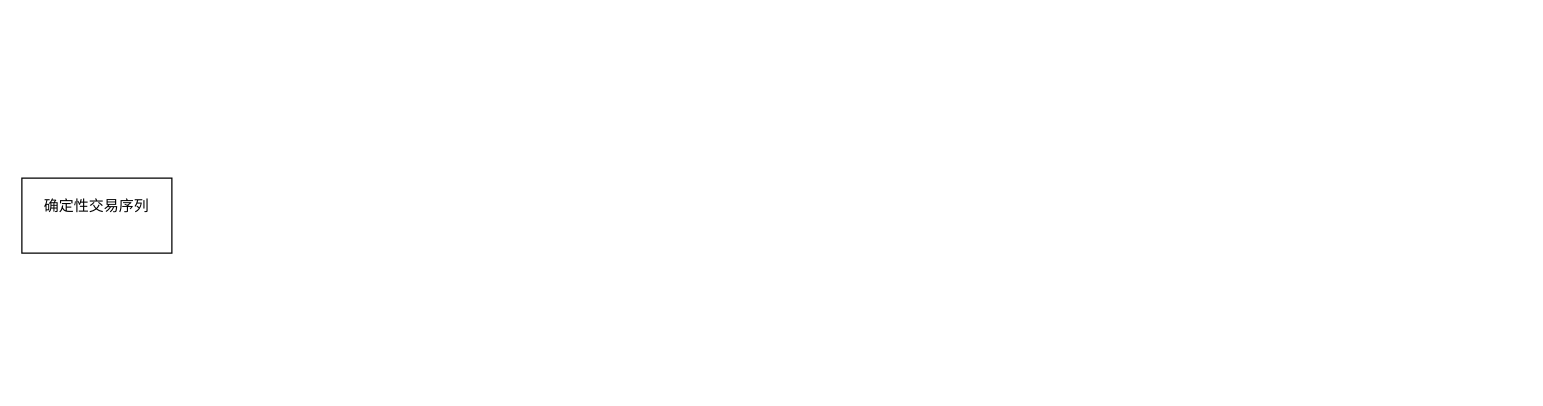
The draw.io diagram page "第 6 页" (4 of 6) of 论文手绘图.drawio in cynic-1/Graphs, before the edit. Source tidied: cells renumbered, new cells numbered last; positions are measured from the earlier drawing's top-left corner, leaving out a move shared by most shapes. Both pictures are drawn from the tidied source at 125%, with x=0, y=0 at pixel (21, 178).
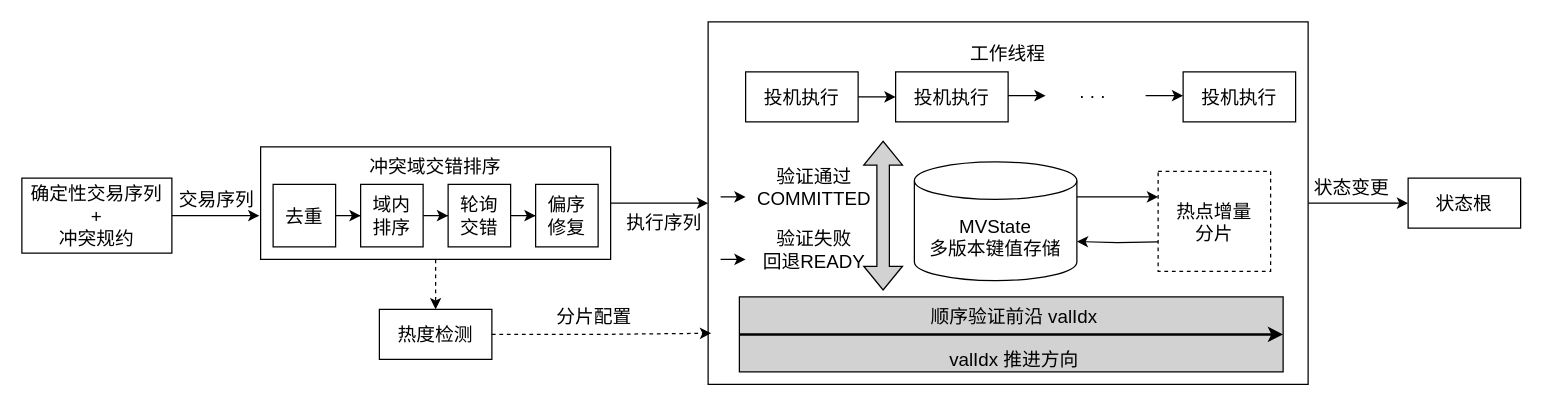
The same page after the edit.

Commit message:
更新论文手绘图.drawio

Change to the diagram source:
```diff
@@
+    <mxCell id="3" style="edgeStyle=orthogonalEdgeStyle;rounded=0;jettySize=auto;html=1;entryX=0.5;entryY=0;entryDx=0;entryDy=0;dashed=1;" parent="1" edge="1" source="5" target="15">
+      <mxGeometry relative="1" as="geometry" />
+    </mxCell>
+    <mxCell id="4" style="edgeStyle=orthogonalEdgeStyle;rounded=0;jettySize=auto;html=1;entryX=0;entryY=0.5;entryDx=0;entryDy=0;" parent="1" edge="1" source="5" target="17">
+      <mxGeometry relative="1" as="geometry" />
+    </mxCell>
+    <mxCell id="5" style="rounded=0;whiteSpace=wrap;html=1;" parent="1" vertex="1">
+      <mxGeometry x="191" y="-25" width="280" height="90" as="geometry" />
+    </mxCell>
+    <mxCell id="6" style="edgeStyle=orthogonalEdgeStyle;rounded=0;orthogonalLoop=1;jettySize=auto;html=1;entryX=0;entryY=0.5;entryDx=0;entryDy=0;" parent="1" edge="1">
+      <mxGeometry relative="1" as="geometry">
+        <mxPoint x="120" y="30" as="sourcePoint" />
+        <mxPoint x="190" y="30" as="targetPoint" />
+      </mxGeometry>
+    </mxCell>
-    <mxCell id="2" value="确定性交易序列&lt;div&gt;&lt;br&gt;&lt;/div&gt;" style="rounded=0;whiteSpace=wrap;html=1;" parent="1" vertex="1">
+    <mxCell id="2" value="&lt;font style=&quot;font-size: 15px;&quot;&gt;确定性交易序列&lt;/font&gt;&lt;div&gt;&lt;font style=&quot;font-size: 15px;&quot;&gt;+&lt;/font&gt;&lt;/div&gt;&lt;div&gt;&lt;font style=&quot;font-size: 15px;&quot;&gt;冲突规约&lt;/font&gt;&lt;/div&gt;" style="rounded=0;whiteSpace=wrap;html=1;" parent="1" vertex="1">
       <mxGeometry width="120" height="60" as="geometry" />
     </mxCell>
+    <mxCell id="7" value="&lt;font style=&quot;font-size: 15px;&quot;&gt;冲突域交错排序&lt;/font&gt;" style="text;html=1;whiteSpace=wrap;strokeColor=none;fillColor=none;align=center;verticalAlign=middle;rounded=0;" parent="1" vertex="1">
+      <mxGeometry x="276" y="-25" width="110" height="30" as="geometry" />
+    </mxCell>
+    <mxCell id="8" style="edgeStyle=orthogonalEdgeStyle;rounded=0;jettySize=auto;html=1;exitX=1;exitY=0.5;exitDx=0;exitDy=0;" parent="1" edge="1" source="9" target="11">
+      <mxGeometry relative="1" as="geometry" />
+    </mxCell>
+    <mxCell id="9" value="去重" style="rounded=0;whiteSpace=wrap;html=1;fontSize=15;" parent="1" vertex="1">
+      <mxGeometry x="201" y="5" width="50" height="50" as="geometry" />
+    </mxCell>
+    <mxCell id="10" style="edgeStyle=orthogonalEdgeStyle;rounded=0;jettySize=auto;html=1;" parent="1" edge="1" source="11" target="13">
+      <mxGeometry relative="1" as="geometry" />
+    </mxCell>
+    <mxCell id="11" value="域内&lt;div&gt;排序&lt;/div&gt;" style="rounded=0;whiteSpace=wrap;html=1;fontSize=15;" parent="1" vertex="1">
+      <mxGeometry x="271" y="5" width="50" height="50" as="geometry" />
+    </mxCell>
+    <mxCell id="12" style="edgeStyle=orthogonalEdgeStyle;rounded=0;jettySize=auto;html=1;entryX=0;entryY=0.5;entryDx=0;entryDy=0;" parent="1" edge="1" source="13" target="14">
+      <mxGeometry relative="1" as="geometry" />
+    </mxCell>
+    <mxCell id="13" value="轮询&lt;div&gt;交错&lt;/div&gt;" style="rounded=0;whiteSpace=wrap;html=1;fontSize=15;fontFamily=Helvetica;" parent="1" vertex="1">
+      <mxGeometry x="341" y="5" width="50" height="50" as="geometry" />
+    </mxCell>
+    <mxCell id="14" value="偏序&lt;div&gt;修复&lt;/div&gt;" style="rounded=0;whiteSpace=wrap;html=1;fontSize=15;" parent="1" vertex="1">
+      <mxGeometry x="411" y="5" width="50" height="50" as="geometry" />
+    </mxCell>
+    <mxCell id="15" value="热度检测" style="rounded=0;whiteSpace=wrap;html=1;fontSize=15;" parent="1" vertex="1">
+      <mxGeometry x="286" y="105" width="90" height="40" as="geometry" />
+    </mxCell>
+    <mxCell id="16" style="edgeStyle=orthogonalEdgeStyle;rounded=0;jettySize=auto;html=1;exitX=1;exitY=0.5;exitDx=0;exitDy=0;entryX=0;entryY=0.5;entryDx=0;entryDy=0;" parent="1" edge="1" source="17" target="41">
+      <mxGeometry relative="1" as="geometry" />
+    </mxCell>
+    <mxCell id="17" style="rounded=0;whiteSpace=wrap;html=1;" parent="1" vertex="1">
+      <mxGeometry x="549" y="-125" width="480" height="290" as="geometry" />
+    </mxCell>
+    <mxCell id="18" value="工作线程" style="text;html=1;whiteSpace=wrap;strokeColor=none;fillColor=none;align=center;verticalAlign=middle;rounded=0;fontSize=15;" parent="1" vertex="1">
+      <mxGeometry x="734" y="-115" width="110" height="30" as="geometry" />
+    </mxCell>
+    <mxCell id="19" style="edgeStyle=orthogonalEdgeStyle;rounded=0;jettySize=auto;html=1;entryX=0.005;entryY=0.859;entryDx=0;entryDy=0;entryPerimeter=0;dashed=1;" parent="1" edge="1" source="15" target="17">
+      <mxGeometry relative="1" as="geometry" />
+    </mxCell>
+    <mxCell id="20" value="分片配置" style="text;html=1;whiteSpace=wrap;strokeColor=none;fillColor=none;align=center;verticalAlign=middle;rounded=0;fontSize=15;" parent="1" vertex="1">
+      <mxGeometry x="403" y="95" width="110" height="30" as="geometry" />
+    </mxCell>
+    <mxCell id="21" style="edgeStyle=orthogonalEdgeStyle;rounded=0;jettySize=auto;html=1;entryX=0;entryY=0.5;entryDx=0;entryDy=0;" parent="1" edge="1" source="22" target="23">
+      <mxGeometry relative="1" as="geometry" />
+    </mxCell>
+    <mxCell id="22" value="投机执行" style="rounded=0;whiteSpace=wrap;html=1;fontSize=15;" parent="1" vertex="1">
+      <mxGeometry x="579" y="-85" width="90" height="40" as="geometry" />
+    </mxCell>
+    <mxCell id="23" value="投机执行" style="rounded=0;whiteSpace=wrap;html=1;fontSize=15;" parent="1" vertex="1">
+      <mxGeometry x="699" y="-85" width="90" height="40" as="geometry" />
+    </mxCell>
+    <mxCell id="24" value="投机执行" style="rounded=0;whiteSpace=wrap;html=1;fontSize=15;" parent="1" vertex="1">
+      <mxGeometry x="929" y="-85" width="90" height="40" as="geometry" />
+    </mxCell>
+    <mxCell id="25" style="edgeStyle=orthogonalEdgeStyle;rounded=0;orthogonalLoop=1;jettySize=auto;html=1;entryX=0;entryY=0.5;entryDx=0;entryDy=0;" parent="1" edge="1">
+      <mxGeometry relative="1" as="geometry">
+        <mxPoint x="789" y="-66" as="sourcePoint" />
+        <mxPoint x="819" y="-66" as="targetPoint" />
+      </mxGeometry>
+    </mxCell>
+    <mxCell id="26" value=". . .&amp;nbsp;" style="text;html=1;whiteSpace=wrap;strokeColor=none;fillColor=none;align=center;verticalAlign=middle;rounded=0;fontSize=15;" parent="1" vertex="1">
+      <mxGeometry x="819" y="-85" width="80" height="30" as="geometry" />
+    </mxCell>
+    <mxCell id="27" style="edgeStyle=orthogonalEdgeStyle;rounded=0;orthogonalLoop=1;jettySize=auto;html=1;entryX=0;entryY=0.5;entryDx=0;entryDy=0;" parent="1" edge="1">
+      <mxGeometry relative="1" as="geometry">
+        <mxPoint x="899" y="-66" as="sourcePoint" />
+        <mxPoint x="929" y="-66" as="targetPoint" />
+      </mxGeometry>
+    </mxCell>
+    <mxCell id="28" style="edgeStyle=orthogonalEdgeStyle;rounded=0;orthogonalLoop=1;jettySize=auto;html=1;entryX=0;entryY=0.5;entryDx=0;entryDy=0;" parent="1" edge="1">
+      <mxGeometry relative="1" as="geometry">
+        <mxPoint x="559" y="15" as="sourcePoint" />
+        <mxPoint x="579" y="15" as="targetPoint" />
+      </mxGeometry>
+    </mxCell>
+    <mxCell id="29" value="验证通过&lt;div&gt;COMMITTED&lt;/div&gt;" style="text;html=1;whiteSpace=wrap;strokeColor=none;fillColor=none;align=center;verticalAlign=middle;rounded=0;fontSize=15;" parent="1" vertex="1">
+      <mxGeometry x="579" y="-18" width="110" height="50" as="geometry" />
+    </mxCell>
+    <mxCell id="30" style="edgeStyle=orthogonalEdgeStyle;rounded=0;orthogonalLoop=1;jettySize=auto;html=1;entryX=0;entryY=0.5;entryDx=0;entryDy=0;" parent="1" edge="1">
+      <mxGeometry relative="1" as="geometry">
+        <mxPoint x="559" y="65" as="sourcePoint" />
+        <mxPoint x="579" y="65" as="targetPoint" />
+      </mxGeometry>
+    </mxCell>
+    <mxCell id="31" value="验证失败&lt;div&gt;回退READY&lt;/div&gt;" style="text;html=1;whiteSpace=wrap;strokeColor=none;fillColor=none;align=center;verticalAlign=middle;rounded=0;fontSize=15;" parent="1" vertex="1">
+      <mxGeometry x="579" y="32" width="110" height="50" as="geometry" />
+    </mxCell>
+    <mxCell id="32" value="&lt;font style=&quot;font-size: 15px;&quot;&gt;MVState&lt;/font&gt;&lt;div&gt;&lt;font style=&quot;font-size: 15px;&quot;&gt;多版本键值存储&lt;/font&gt;&lt;/div&gt;" style="shape=cylinder3;whiteSpace=wrap;html=1;boundedLbl=1;backgroundOutline=1;size=15;" parent="1" vertex="1">
+      <mxGeometry x="714" y="-13" width="130" height="95" as="geometry" />
+    </mxCell>
+    <mxCell id="33" value="热点增量&lt;div&gt;分片&lt;/div&gt;" style="rounded=0;whiteSpace=wrap;html=1;fontSize=15;dashed=1;" parent="1" vertex="1">
+      <mxGeometry x="909" y="-5.5" width="90" height="80" as="geometry" />
+    </mxCell>
+    <mxCell id="34" style="edgeStyle=orthogonalEdgeStyle;rounded=0;orthogonalLoop=1;jettySize=auto;html=1;" parent="1" edge="1">
+      <mxGeometry relative="1" as="geometry">
+        <mxPoint x="844" y="15" as="sourcePoint" />
+        <mxPoint x="909" y="15" as="targetPoint" />
+      </mxGeometry>
+    </mxCell>
+    <mxCell id="35" style="edgeStyle=orthogonalEdgeStyle;rounded=0;jettySize=auto;html=1;entryX=1;entryY=0;entryDx=0;entryDy=63.75;entryPerimeter=0;" parent="1" edge="1" target="32">
+      <mxGeometry relative="1" as="geometry">
+        <mxPoint x="909" y="51" as="sourcePoint" />
+      </mxGeometry>
+    </mxCell>
+    <mxCell id="36" style="rounded=0;whiteSpace=wrap;html=1;fillColor=#D2D2D2;" parent="1" vertex="1">
+      <mxGeometry x="574" y="95" width="435" height="60" as="geometry" />
+    </mxCell>
+    <mxCell id="37" value="顺序验证前沿 valIdx" style="text;html=1;whiteSpace=wrap;strokeColor=none;fillColor=none;align=center;verticalAlign=middle;rounded=0;fontSize=15;" parent="1" vertex="1">
+      <mxGeometry x="619" y="95" width="350" height="30" as="geometry" />
+    </mxCell>
+    <mxCell id="38" value="valIdx 推进方向" style="text;html=1;whiteSpace=wrap;strokeColor=none;fillColor=none;align=center;verticalAlign=middle;rounded=0;fontSize=15;" parent="1" vertex="1">
+      <mxGeometry x="619" y="130" width="350" height="30" as="geometry" />
+    </mxCell>
+    <mxCell id="39" style="endArrow=classic;html=1;rounded=0;entryX=1;entryY=0.5;entryDx=0;entryDy=0;exitX=0;exitY=0.5;exitDx=0;exitDy=0;strokeWidth=2;" parent="1" edge="1" source="36" target="36">
+      <mxGeometry relative="1" as="geometry" />
+    </mxCell>
+    <mxCell id="40" style="shape=flexArrow;endArrow=classic;startArrow=classic;html=1;rounded=0;fillColor=#D2D2D2;" parent="1" edge="1">
+      <mxGeometry relative="1" as="geometry">
+        <mxPoint x="689" y="90" as="sourcePoint" />
+        <mxPoint x="689" y="-30" as="targetPoint" />
+      </mxGeometry>
+    </mxCell>
+    <mxCell id="41" value="状态根" style="rounded=0;whiteSpace=wrap;html=1;fontSize=15;" parent="1" vertex="1">
+      <mxGeometry x="1109" width="90" height="40" as="geometry" />
+    </mxCell>
+    <mxCell id="42" value="状态变更" style="text;html=1;whiteSpace=wrap;strokeColor=none;fillColor=none;align=center;verticalAlign=middle;rounded=0;fontSize=15;" parent="1" vertex="1">
+      <mxGeometry x="1009" y="-8" width="110" height="30" as="geometry" />
+    </mxCell>
+    <mxCell id="43" value="交易序列" style="text;html=1;whiteSpace=wrap;strokeColor=none;fillColor=none;align=center;verticalAlign=middle;rounded=0;fontSize=15;" parent="1" vertex="1">
+      <mxGeometry x="101" y="2" width="110" height="30" as="geometry" />
+    </mxCell>
+    <mxCell id="44" value="执行序列" style="text;html=1;whiteSpace=wrap;strokeColor=none;fillColor=none;align=center;verticalAlign=middle;rounded=0;fontSize=15;" parent="1" vertex="1">
+      <mxGeometry x="459" y="19.5" width="110" height="30" as="geometry" />
+    </mxCell>
```
